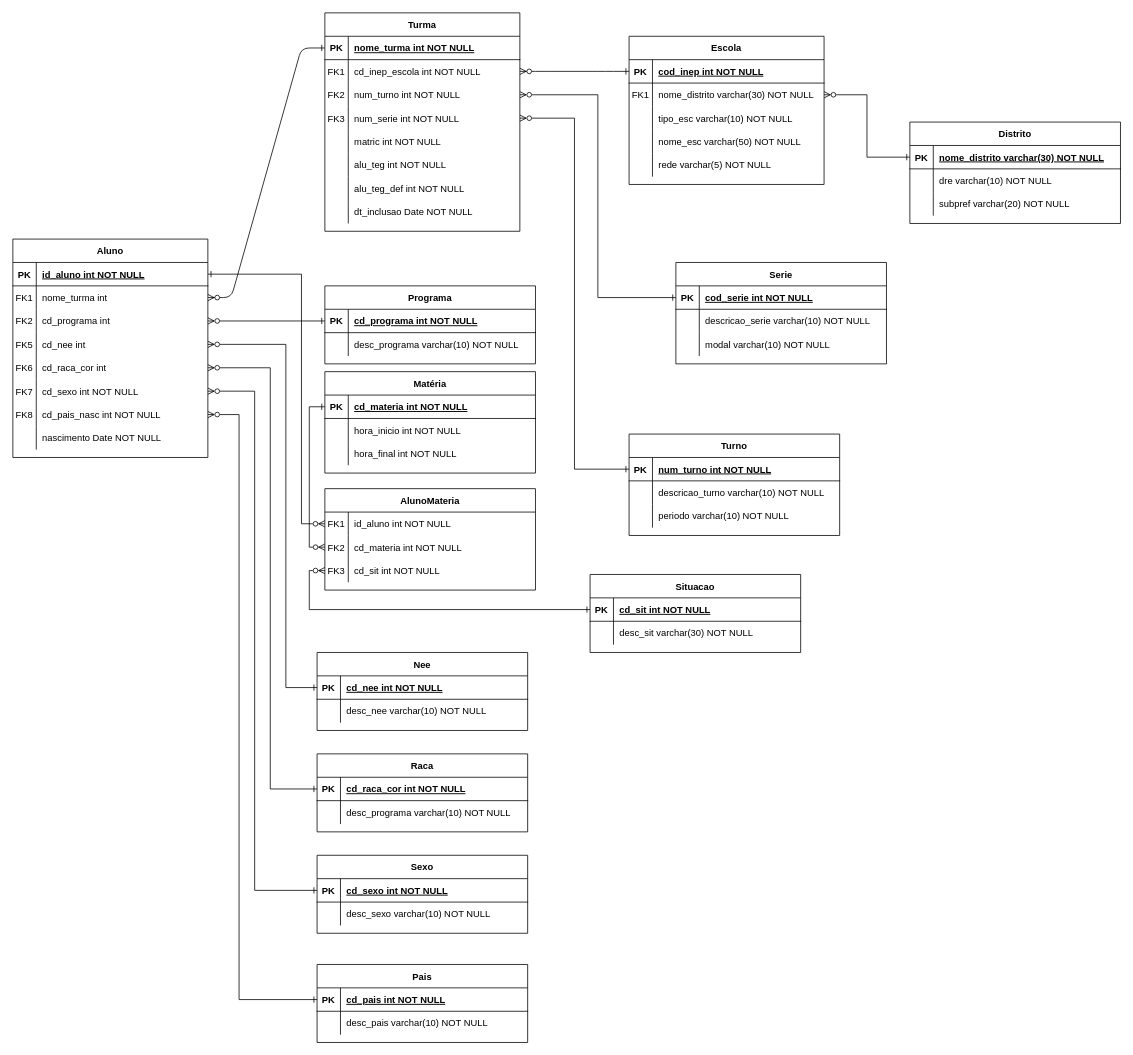
biabuarque/MC536 keeps this draw.io diagram as diagrama.drawio. Above is the earlier version. Source tidied: cells renumbered, new cells numbered last; positions are measured from the earlier drawing's top-left corner, leaving out a move shared by most shapes. Both pictures are drawn from the tidied source at 78%, with x=0, y=0 at pixel (12, 12).
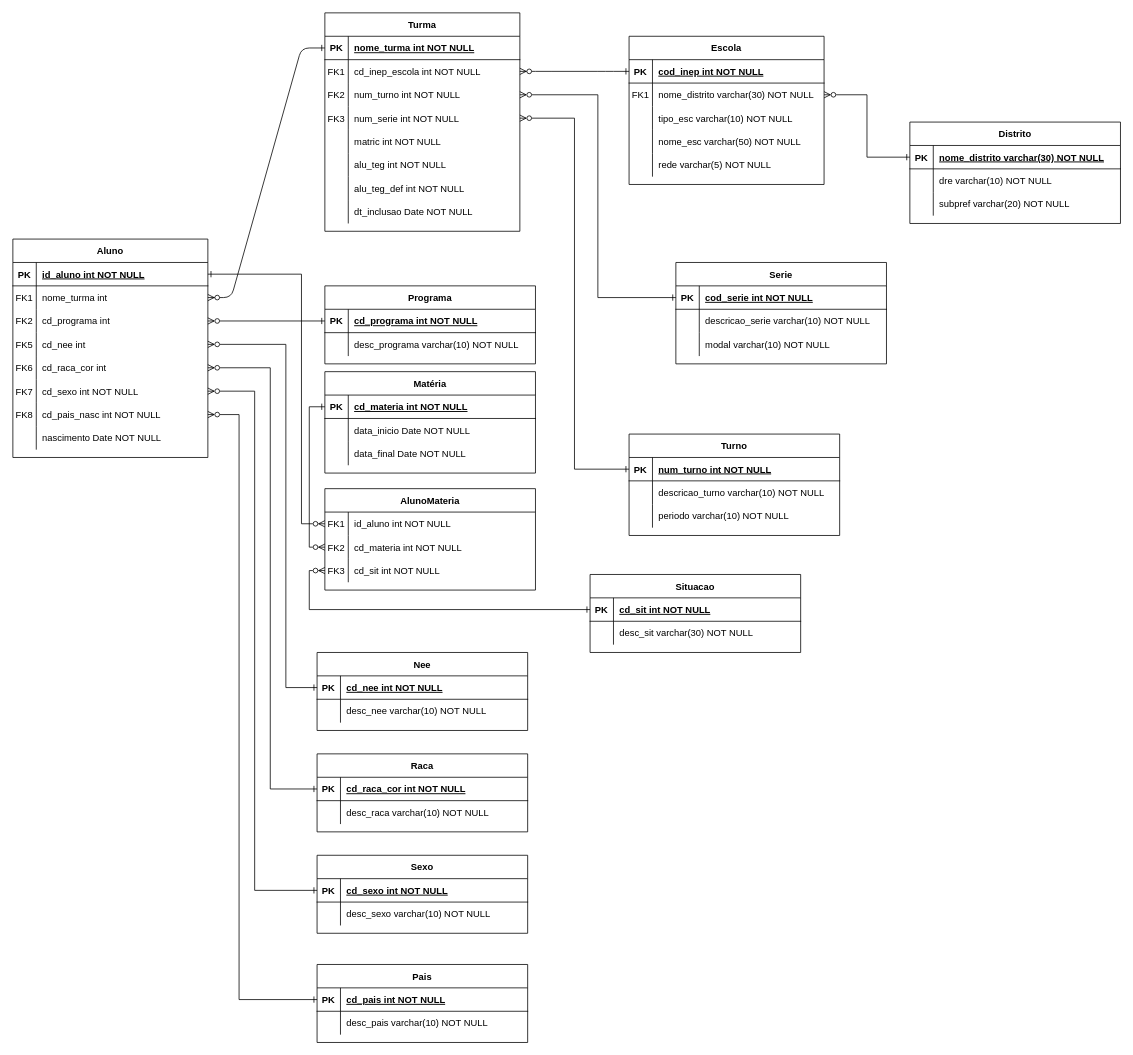
The same page after the edit.

The change refers to these unchanged cells:
```xml
<mxCell id="121" style="shape=partialRectangle;fillColor=none;top=0;left=0;right=0;bottom=0;" parent="117" vertex="1">
  <mxGeometry y="60" width="270" height="30" as="geometry" />
</mxCell>
<mxCell id="147" style="shape=partialRectangle;fillColor=none;top=0;left=0;right=0;bottom=0;" parent="143" vertex="1">
  <mxGeometry y="60" width="270" height="30" as="geometry" />
</mxCell>
<mxCell id="150" style="shape=partialRectangle;fillColor=none;top=0;left=0;right=0;bottom=0;" parent="143" vertex="1">
  <mxGeometry y="90" width="270" height="30" as="geometry" />
</mxCell>
```

Change to the diagram source:
```diff
@@
-    <mxCell id="123" value="desc_programa varchar(10) NOT NULL" style="shape=partialRectangle;overflow=hidden;fillColor=none;top=0;left=0;bottom=0;right=0;align=left;spacingLeft=6;" parent="121" vertex="1">
+    <mxCell id="123" value="desc_raca varchar(10) NOT NULL" style="shape=partialRectangle;overflow=hidden;fillColor=none;top=0;left=0;bottom=0;right=0;align=left;spacingLeft=6;" parent="121" vertex="1">
       <mxGeometry x="30" width="240" height="30" as="geometry" />
     </mxCell>
@@
-    <mxCell id="149" value="hora_inicio int NOT NULL" style="shape=partialRectangle;overflow=hidden;fillColor=none;top=0;left=0;bottom=0;right=0;align=left;spacingLeft=6;" parent="147" vertex="1">
+    <mxCell id="149" value="data_inicio Date NOT NULL" style="shape=partialRectangle;overflow=hidden;fillColor=none;top=0;left=0;bottom=0;right=0;align=left;spacingLeft=6;" parent="147" vertex="1">
       <mxGeometry x="30" width="240" height="30" as="geometry" />
     </mxCell>
@@
-    <mxCell id="152" value="hora_final int NOT NULL" style="shape=partialRectangle;overflow=hidden;fillColor=none;top=0;left=0;bottom=0;right=0;align=left;spacingLeft=6;" parent="150" vertex="1">
+    <mxCell id="152" value="data_final Date NOT NULL" style="shape=partialRectangle;overflow=hidden;fillColor=none;top=0;left=0;bottom=0;right=0;align=left;spacingLeft=6;" parent="150" vertex="1">
       <mxGeometry x="30" width="240" height="30" as="geometry" />
     </mxCell>
```
